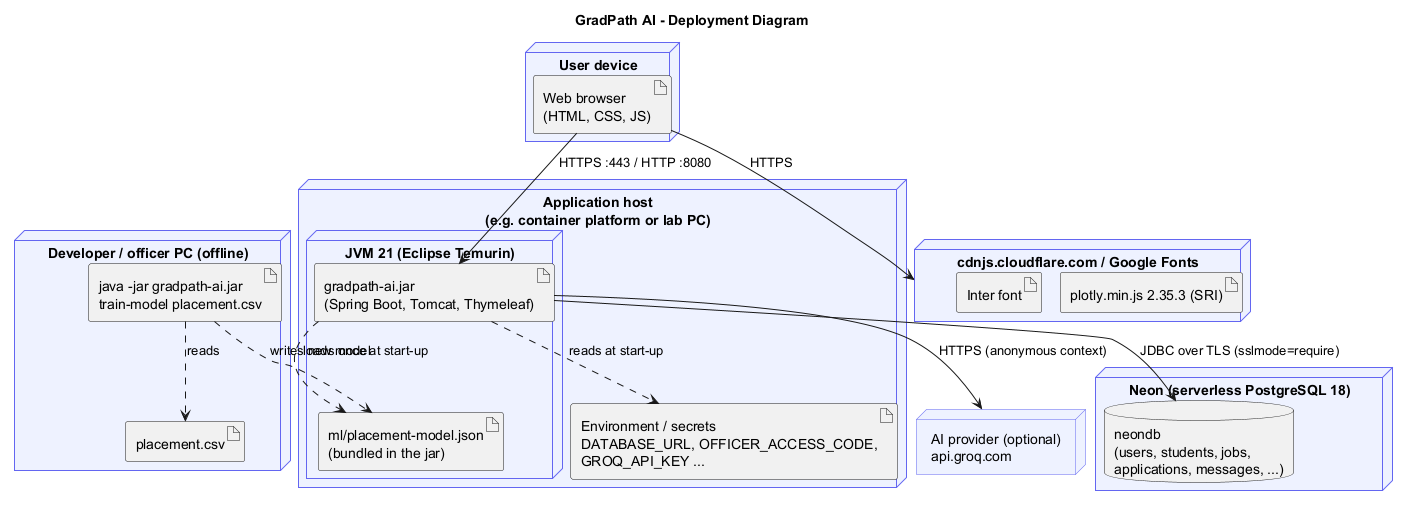
Above: report/uml-png/08_deployment.png in HamnaAliKhan/grad-path-ai (PlantUML), before the change. The source it was exported from:
```plantuml
@startuml 08_deployment
!pragma layout smetana
title GradPath AI - Deployment Diagram
skinparam node {
  BackgroundColor #EEF2FF
  BorderColor #6366F1
}

node "User device" as dev {
  artifact "Web browser\n(HTML, CSS, JS)" as br
}
node "cdnjs.cloudflare.com / Google Fonts" as cdn {
  artifact "plotly.min.js 2.35.3 (SRI)" as plotly
  artifact "Inter font" as font
}
node "Application host\n(e.g. container platform or lab PC)" as host {
  node "JVM 21 (Eclipse Temurin)" as jvm {
    artifact "gradpath-ai.jar\n(Spring Boot, Tomcat, Thymeleaf)" as jar
    artifact "ml/placement-model.json\n(bundled in the jar)" as model
  }
  artifact "Environment / secrets\nDATABASE_URL, OFFICER_ACCESS_CODE,\nGROQ_API_KEY ..." as env
}
node "Neon (serverless PostgreSQL 18)" as neon {
  database "neondb\n(users, students, jobs,\napplications, messages, ...)" as db
}
node "AI provider (optional)\napi.groq.com" as groq

br --> jar : HTTPS :443 / HTTP :8080
br --> cdn : HTTPS
jar --> db : JDBC over TLS (sslmode=require)
jar --> groq : HTTPS (anonymous context)
jar ..> env : reads at start-up
jar ..> model : loads once at start-up
node "Developer / officer PC (offline)" as dev2 {
  artifact "placement.csv" as csv
  artifact "java -jar gradpath-ai.jar\ntrain-model placement.csv" as trainer
}
trainer ..> csv : reads
trainer ..> model : writes new model
@enduml
```
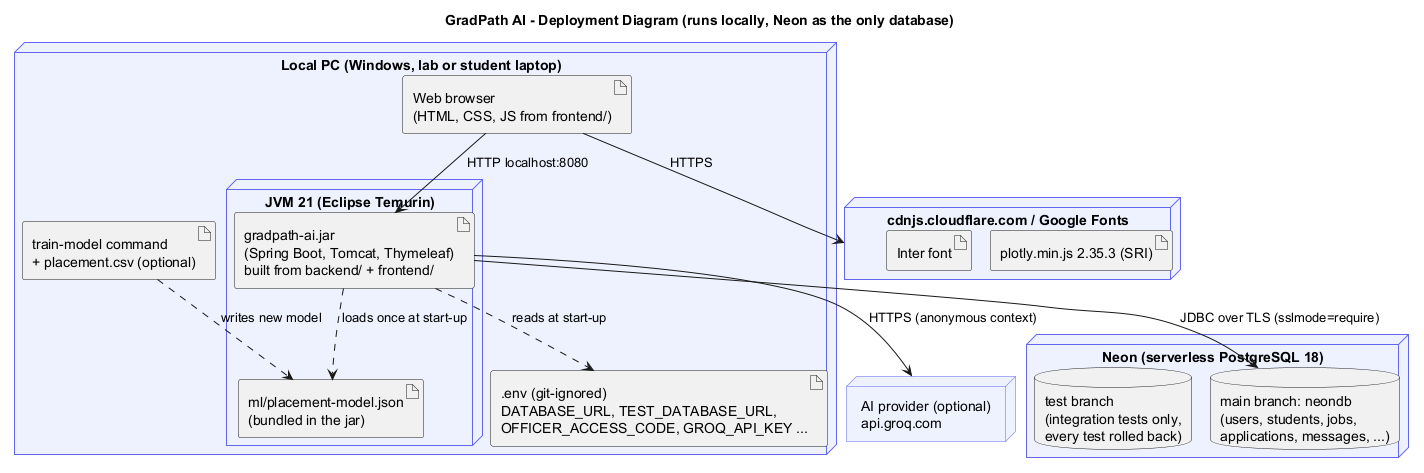
Later version of the same file.

What changed in the source:
```diff
@@ -1,40 +1,35 @@
 @startuml 08_deployment
 !pragma layout smetana
-title GradPath AI - Deployment Diagram
+title GradPath AI - Deployment Diagram (runs locally, Neon as the only database)
 skinparam node {
   BackgroundColor #EEF2FF
   BorderColor #6366F1
 }
 
-node "User device" as dev {
-  artifact "Web browser\n(HTML, CSS, JS)" as br
+node "Local PC (Windows, lab or student laptop)" as pc {
+  artifact "Web browser\n(HTML, CSS, JS from frontend/)" as br
+  node "JVM 21 (Eclipse Temurin)" as jvm {
+    artifact "gradpath-ai.jar\n(Spring Boot, Tomcat, Thymeleaf)\nbuilt from backend/ + frontend/" as jar
+    artifact "ml/placement-model.json\n(bundled in the jar)" as model
+  }
+  artifact ".env (git-ignored)\nDATABASE_URL, TEST_DATABASE_URL,\nOFFICER_ACCESS_CODE, GROQ_API_KEY ..." as env
+  artifact "train-model command\n+ placement.csv (optional)" as trainer
 }
 node "cdnjs.cloudflare.com / Google Fonts" as cdn {
   artifact "plotly.min.js 2.35.3 (SRI)" as plotly
   artifact "Inter font" as font
 }
-node "Application host\n(e.g. container platform or lab PC)" as host {
-  node "JVM 21 (Eclipse Temurin)" as jvm {
-    artifact "gradpath-ai.jar\n(Spring Boot, Tomcat, Thymeleaf)" as jar
-    artifact "ml/placement-model.json\n(bundled in the jar)" as model
-  }
-  artifact "Environment / secrets\nDATABASE_URL, OFFICER_ACCESS_CODE,\nGROQ_API_KEY ..." as env
-}
 node "Neon (serverless PostgreSQL 18)" as neon {
-  database "neondb\n(users, students, jobs,\napplications, messages, ...)" as db
+  database "main branch: neondb\n(users, students, jobs,\napplications, messages, ...)" as db
+  database "test branch\n(integration tests only,\nevery test rolled back)" as testdb
 }
 node "AI provider (optional)\napi.groq.com" as groq
 
-br --> jar : HTTPS :443 / HTTP :8080
+br --> jar : HTTP localhost:8080
 br --> cdn : HTTPS
 jar --> db : JDBC over TLS (sslmode=require)
 jar --> groq : HTTPS (anonymous context)
 jar ..> env : reads at start-up
 jar ..> model : loads once at start-up
-node "Developer / officer PC (offline)" as dev2 {
-  artifact "placement.csv" as csv
-  artifact "java -jar gradpath-ai.jar\ntrain-model placement.csv" as trainer
-}
-trainer ..> csv : reads
 trainer ..> model : writes new model
 @enduml
```
